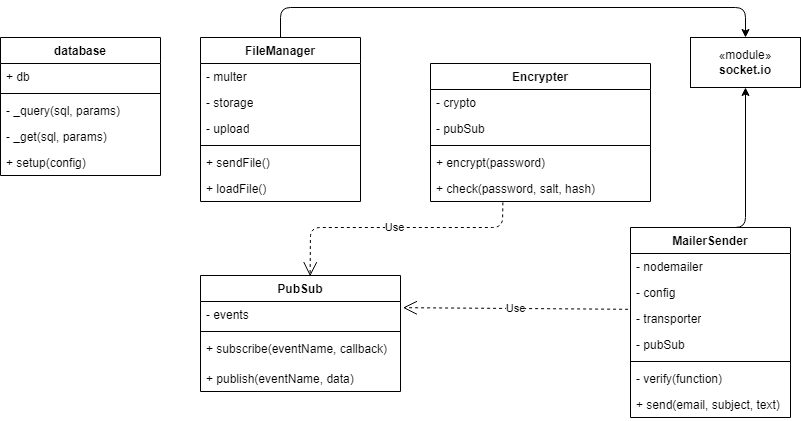
This is assets/schemas/diagrams/SchemaOggettiServer.drawio.png from AngeloRipamonti/5C_RipamontiAvvedutoKotisCinquetti_PortaleAppunti, a draw.io export, as it was before one commit. Source tidied: cells renumbered, new cells last; positions are measured from the earlier drawing's top-left corner, leaving out a move shared by most shapes. Its diagram source:
```xml
<mxGraphModel>
  <root>
    <mxCell id="0" />
    <mxCell id="1" parent="0" />
    <mxCell id="2" value="database" style="swimlane;fontStyle=1;align=center;verticalAlign=top;horizontal=1;startSize=26;whiteSpace=wrap;html=1;" parent="1" vertex="1">
      <mxGeometry y="30" width="160" height="138" as="geometry" />
    </mxCell>
    <mxCell id="3" value="+ db" style="text;strokeColor=none;fillColor=none;align=left;verticalAlign=top;spacingLeft=4;spacingRight=4;overflow=hidden;whiteSpace=wrap;html=1;" parent="2" vertex="1">
      <mxGeometry y="26" width="160" height="26" as="geometry" />
    </mxCell>
    <mxCell id="4" style="line;strokeWidth=1;fillColor=none;align=left;verticalAlign=middle;spacingTop=-1;spacingLeft=3;spacingRight=3;labelPosition=right;strokeColor=inherit;" parent="2" vertex="1">
      <mxGeometry y="52" width="160" height="8" as="geometry" />
    </mxCell>
    <mxCell id="5" value="- _query(sql, params)" style="text;strokeColor=none;fillColor=none;align=left;verticalAlign=top;spacingLeft=4;spacingRight=4;overflow=hidden;whiteSpace=wrap;html=1;" parent="2" vertex="1">
      <mxGeometry y="60" width="160" height="26" as="geometry" />
    </mxCell>
    <mxCell id="6" value="- _get(sql, params)" style="text;strokeColor=none;fillColor=none;align=left;verticalAlign=top;spacingLeft=4;spacingRight=4;overflow=hidden;whiteSpace=wrap;html=1;" parent="2" vertex="1">
      <mxGeometry y="86" width="160" height="26" as="geometry" />
    </mxCell>
    <mxCell id="7" value="+ setup(config)" style="text;strokeColor=none;fillColor=none;align=left;verticalAlign=top;spacingLeft=4;spacingRight=4;overflow=hidden;whiteSpace=wrap;html=1;" parent="2" vertex="1">
      <mxGeometry y="112" width="160" height="26" as="geometry" />
    </mxCell>
    <mxCell id="8" style="edgeStyle=none;html=1;exitX=0.5;exitY=0;exitDx=0;exitDy=0;entryX=0.5;entryY=0;entryDx=0;entryDy=0;" parent="1" edge="1" source="9" target="16">
      <mxGeometry relative="1" as="geometry">
        <Array as="points">
          <mxPoint x="280" />
          <mxPoint x="745" />
        </Array>
      </mxGeometry>
    </mxCell>
    <mxCell id="9" value="FileManager" style="swimlane;fontStyle=1;align=center;verticalAlign=top;horizontal=1;startSize=26;whiteSpace=wrap;html=1;" parent="1" vertex="1">
      <mxGeometry x="200" y="30" width="160" height="164" as="geometry" />
    </mxCell>
    <mxCell id="10" value="- multer" style="text;strokeColor=none;fillColor=none;align=left;verticalAlign=top;spacingLeft=4;spacingRight=4;overflow=hidden;whiteSpace=wrap;html=1;" parent="9" vertex="1">
      <mxGeometry y="26" width="160" height="26" as="geometry" />
    </mxCell>
    <mxCell id="11" value="- storage" style="text;strokeColor=none;fillColor=none;align=left;verticalAlign=top;spacingLeft=4;spacingRight=4;overflow=hidden;whiteSpace=wrap;html=1;" parent="9" vertex="1">
      <mxGeometry y="52" width="160" height="26" as="geometry" />
    </mxCell>
    <mxCell id="12" value="- upload" style="text;strokeColor=none;fillColor=none;align=left;verticalAlign=top;spacingLeft=4;spacingRight=4;overflow=hidden;whiteSpace=wrap;html=1;" parent="9" vertex="1">
      <mxGeometry y="78" width="160" height="26" as="geometry" />
    </mxCell>
    <mxCell id="13" style="line;strokeWidth=1;fillColor=none;align=left;verticalAlign=middle;spacingTop=-1;spacingLeft=3;spacingRight=3;labelPosition=right;strokeColor=inherit;" parent="9" vertex="1">
      <mxGeometry y="104" width="160" height="8" as="geometry" />
    </mxCell>
    <mxCell id="14" value="+ sendFile()" style="text;strokeColor=none;fillColor=none;align=left;verticalAlign=top;spacingLeft=4;spacingRight=4;overflow=hidden;whiteSpace=wrap;html=1;" parent="9" vertex="1">
      <mxGeometry y="112" width="160" height="26" as="geometry" />
    </mxCell>
    <mxCell id="15" value="+ loadFile()" style="text;strokeColor=none;fillColor=none;align=left;verticalAlign=top;spacingLeft=4;spacingRight=4;overflow=hidden;whiteSpace=wrap;html=1;" parent="9" vertex="1">
      <mxGeometry y="138" width="160" height="26" as="geometry" />
    </mxCell>
    <mxCell id="16" value="«module»&lt;br&gt;&lt;b&gt;socket.io&lt;/b&gt;" style="html=1;whiteSpace=wrap;" parent="1" vertex="1">
      <mxGeometry x="690" y="30" width="110" height="50" as="geometry" />
    </mxCell>
    <mxCell id="17" value="Encrypter" style="swimlane;fontStyle=1;align=center;verticalAlign=top;horizontal=1;startSize=26;whiteSpace=wrap;html=1;" parent="1" vertex="1">
      <mxGeometry x="430" y="56" width="220" height="138" as="geometry" />
    </mxCell>
    <mxCell id="18" value="- crypto" style="text;strokeColor=none;fillColor=none;align=left;verticalAlign=top;spacingLeft=4;spacingRight=4;overflow=hidden;whiteSpace=wrap;html=1;" parent="17" vertex="1">
      <mxGeometry y="26" width="220" height="26" as="geometry" />
    </mxCell>
    <mxCell id="19" value="- pubSub" style="text;strokeColor=none;fillColor=none;align=left;verticalAlign=top;spacingLeft=4;spacingRight=4;overflow=hidden;whiteSpace=wrap;html=1;" parent="17" vertex="1">
      <mxGeometry y="52" width="220" height="26" as="geometry" />
    </mxCell>
    <mxCell id="20" style="line;strokeWidth=1;fillColor=none;align=left;verticalAlign=middle;spacingTop=-1;spacingLeft=3;spacingRight=3;labelPosition=right;strokeColor=inherit;" parent="17" vertex="1">
      <mxGeometry y="78" width="220" height="8" as="geometry" />
    </mxCell>
    <mxCell id="21" value="+ encrypt(password)" style="text;strokeColor=none;fillColor=none;align=left;verticalAlign=top;spacingLeft=4;spacingRight=4;overflow=hidden;whiteSpace=wrap;html=1;" parent="17" vertex="1">
      <mxGeometry y="86" width="220" height="26" as="geometry" />
    </mxCell>
    <mxCell id="22" value="+ check(password, salt, hash)" style="text;strokeColor=none;fillColor=none;align=left;verticalAlign=top;spacingLeft=4;spacingRight=4;overflow=hidden;points=[[0,0.5],[1,0.5]];portConstraint=eastwest;whiteSpace=wrap;html=1;" parent="17" vertex="1">
      <mxGeometry y="112" width="220" height="26" as="geometry" />
    </mxCell>
    <mxCell id="23" style="edgeStyle=none;html=1;exitX=0.5;exitY=0;exitDx=0;exitDy=0;entryX=0.5;entryY=1;entryDx=0;entryDy=0;" parent="1" edge="1" source="24" target="16">
      <mxGeometry relative="1" as="geometry">
        <Array as="points">
          <mxPoint x="745" y="220" />
        </Array>
      </mxGeometry>
    </mxCell>
    <mxCell id="24" value="MailerSender" style="swimlane;fontStyle=1;align=center;verticalAlign=top;horizontal=1;startSize=26;whiteSpace=wrap;html=1;" parent="1" vertex="1">
      <mxGeometry x="630" y="220" width="160" height="190" as="geometry" />
    </mxCell>
    <mxCell id="25" value="- nodemailer" style="text;strokeColor=none;fillColor=none;align=left;verticalAlign=top;spacingLeft=4;spacingRight=4;overflow=hidden;whiteSpace=wrap;html=1;" parent="24" vertex="1">
      <mxGeometry y="26" width="160" height="26" as="geometry" />
    </mxCell>
    <mxCell id="26" value="- config" style="text;strokeColor=none;fillColor=none;align=left;verticalAlign=top;spacingLeft=4;spacingRight=4;overflow=hidden;points=[[0,0.5],[1,0.5]];portConstraint=eastwest;whiteSpace=wrap;html=1;" parent="24" vertex="1">
      <mxGeometry y="52" width="160" height="26" as="geometry" />
    </mxCell>
    <mxCell id="27" value="- transporter" style="text;strokeColor=none;fillColor=none;align=left;verticalAlign=top;spacingLeft=4;spacingRight=4;overflow=hidden;whiteSpace=wrap;html=1;" parent="24" vertex="1">
      <mxGeometry y="78" width="160" height="26" as="geometry" />
    </mxCell>
    <mxCell id="28" value="- pubSub" style="text;strokeColor=none;fillColor=none;align=left;verticalAlign=top;spacingLeft=4;spacingRight=4;overflow=hidden;whiteSpace=wrap;html=1;" parent="24" vertex="1">
      <mxGeometry y="104" width="160" height="26" as="geometry" />
    </mxCell>
    <mxCell id="29" style="line;strokeWidth=1;fillColor=none;align=left;verticalAlign=middle;spacingTop=-1;spacingLeft=3;spacingRight=3;labelPosition=right;strokeColor=inherit;" parent="24" vertex="1">
      <mxGeometry y="130" width="160" height="8" as="geometry" />
    </mxCell>
    <mxCell id="30" value="- verify(function)" style="text;strokeColor=none;fillColor=none;align=left;verticalAlign=top;spacingLeft=4;spacingRight=4;overflow=hidden;whiteSpace=wrap;html=1;" parent="24" vertex="1">
      <mxGeometry y="138" width="160" height="26" as="geometry" />
    </mxCell>
    <mxCell id="31" value="+ send(email, subject, text)" style="text;strokeColor=none;fillColor=none;align=left;verticalAlign=top;spacingLeft=4;spacingRight=4;overflow=hidden;whiteSpace=wrap;html=1;" parent="24" vertex="1">
      <mxGeometry y="164" width="160" height="26" as="geometry" />
    </mxCell>
    <mxCell id="32" value="PubSub" style="swimlane;fontStyle=1;align=center;verticalAlign=top;horizontal=1;startSize=26;whiteSpace=wrap;html=1;" parent="1" vertex="1">
      <mxGeometry x="200" y="268" width="200" height="116" as="geometry" />
    </mxCell>
    <mxCell id="33" value="- events" style="text;strokeColor=none;fillColor=none;align=left;verticalAlign=top;spacingLeft=4;spacingRight=4;overflow=hidden;points=[[0,0.5],[1,0.5]];portConstraint=eastwest;whiteSpace=wrap;html=1;" parent="32" vertex="1">
      <mxGeometry y="26" width="200" height="26" as="geometry" />
    </mxCell>
    <mxCell id="34" style="line;strokeWidth=1;fillColor=none;align=left;verticalAlign=middle;spacingTop=-1;spacingLeft=3;spacingRight=3;labelPosition=right;strokeColor=inherit;" parent="32" vertex="1">
      <mxGeometry y="52" width="200" height="8" as="geometry" />
    </mxCell>
    <mxCell id="35" value="&lt;span style=&quot;color: rgb(0, 0, 0);&quot;&gt;+ subscribe(eventName, callback)&lt;/span&gt;" style="text;strokeColor=none;fillColor=none;align=left;verticalAlign=top;spacingLeft=4;spacingRight=4;overflow=hidden;whiteSpace=wrap;html=1;" parent="32" vertex="1">
      <mxGeometry y="60" width="200" height="30" as="geometry" />
    </mxCell>
    <mxCell id="36" value="&lt;span style=&quot;color: rgb(0, 0, 0);&quot;&gt;+ publish(eventName, data)&lt;/span&gt;" style="text;strokeColor=none;fillColor=none;align=left;verticalAlign=top;spacingLeft=4;spacingRight=4;overflow=hidden;whiteSpace=wrap;html=1;" parent="32" vertex="1">
      <mxGeometry y="90" width="200" height="26" as="geometry" />
    </mxCell>
    <mxCell id="37" value="Use" style="endArrow=open;endSize=12;dashed=1;html=1;exitX=0.329;exitY=1.033;exitDx=0;exitDy=0;exitPerimeter=0;entryX=0.548;entryY=0.006;entryDx=0;entryDy=0;entryPerimeter=0;" parent="1" edge="1" source="22" target="32">
      <mxGeometry relative="1" as="geometry">
        <Array as="points">
          <mxPoint x="502" y="220" />
          <mxPoint x="310" y="220" />
        </Array>
      </mxGeometry>
    </mxCell>
    <mxCell id="38" value="Use" style="endArrow=open;endSize=12;dashed=1;html=1;entryX=1.012;entryY=0.238;entryDx=0;entryDy=0;entryPerimeter=0;exitX=-0.015;exitY=1.146;exitDx=0;exitDy=0;exitPerimeter=0;" parent="1" edge="1" source="26" target="33">
      <mxGeometry relative="1" as="geometry" />
    </mxCell>
  </root>
</mxGraphModel>
```
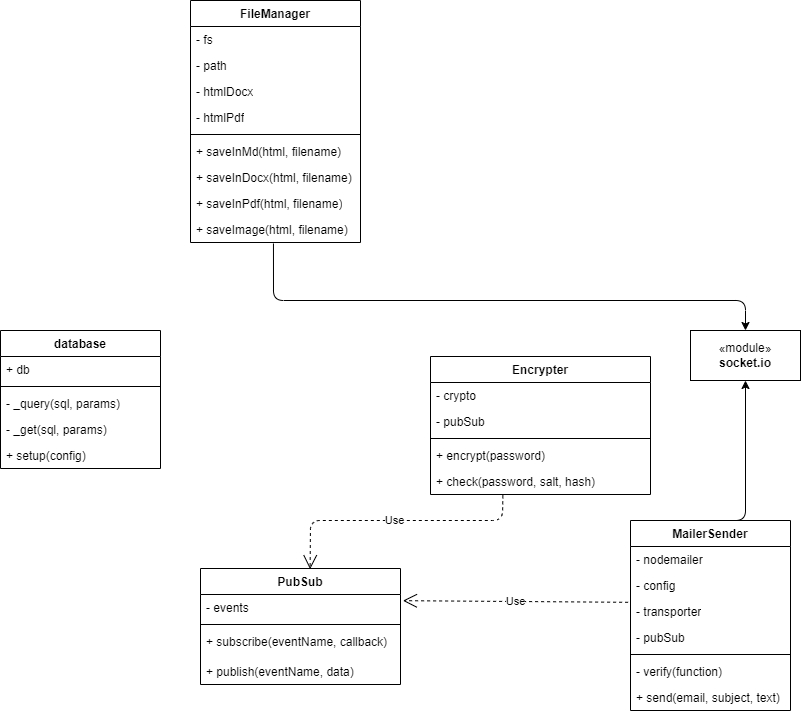
Above is the later version.

Change to the diagram source:
```diff
@@ -20,35 +20,44 @@
     <mxCell id="7" value="+ setup(config)" style="text;strokeColor=none;fillColor=none;align=left;verticalAlign=top;spacingLeft=4;spacingRight=4;overflow=hidden;whiteSpace=wrap;html=1;" parent="2" vertex="1">
       <mxGeometry y="112" width="160" height="26" as="geometry" />
     </mxCell>
-    <mxCell id="8" style="edgeStyle=none;html=1;exitX=0.5;exitY=0;exitDx=0;exitDy=0;entryX=0.5;entryY=0;entryDx=0;entryDy=0;" parent="1" edge="1" source="9" target="16">
+    <mxCell id="8" style="edgeStyle=none;html=1;exitX=0.488;exitY=1.038;exitDx=0;exitDy=0;entryX=0.5;entryY=0;entryDx=0;entryDy=0;exitPerimeter=0;" parent="1" edge="1" source="44" target="16">
       <mxGeometry relative="1" as="geometry">
         <Array as="points">
-          <mxPoint x="280" />
+          <mxPoint x="273" />
           <mxPoint x="745" />
         </Array>
       </mxGeometry>
     </mxCell>
     <mxCell id="9" value="FileManager" style="swimlane;fontStyle=1;align=center;verticalAlign=top;horizontal=1;startSize=26;whiteSpace=wrap;html=1;" parent="1" vertex="1">
-      <mxGeometry x="200" y="30" width="160" height="164" as="geometry" />
+      <mxGeometry x="190" y="-300" width="170" height="242" as="geometry" />
     </mxCell>
-    <mxCell id="10" value="- multer" style="text;strokeColor=none;fillColor=none;align=left;verticalAlign=top;spacingLeft=4;spacingRight=4;overflow=hidden;whiteSpace=wrap;html=1;" parent="9" vertex="1">
-      <mxGeometry y="26" width="160" height="26" as="geometry" />
+    <mxCell id="10" value="- fs" style="text;strokeColor=none;fillColor=none;align=left;verticalAlign=top;spacingLeft=4;spacingRight=4;overflow=hidden;whiteSpace=wrap;html=1;" parent="9" vertex="1">
+      <mxGeometry y="26" width="170" height="26" as="geometry" />
     </mxCell>
-    <mxCell id="11" value="- storage" style="text;strokeColor=none;fillColor=none;align=left;verticalAlign=top;spacingLeft=4;spacingRight=4;overflow=hidden;whiteSpace=wrap;html=1;" parent="9" vertex="1">
-      <mxGeometry y="52" width="160" height="26" as="geometry" />
-    </mxCell>
-    <mxCell id="12" value="- upload" style="text;strokeColor=none;fillColor=none;align=left;verticalAlign=top;spacingLeft=4;spacingRight=4;overflow=hidden;whiteSpace=wrap;html=1;" parent="9" vertex="1">
-      <mxGeometry y="78" width="160" height="26" as="geometry" />
-    </mxCell>
+    <mxCell id="39" value="- path" style="text;strokeColor=none;fillColor=none;align=left;verticalAlign=top;spacingLeft=4;spacingRight=4;overflow=hidden;whiteSpace=wrap;html=1;" parent="9" vertex="1">
+      <mxGeometry y="52" width="170" height="26" as="geometry" />
+    </mxCell>
+    <mxCell id="40" value="- htmlDocx" style="text;strokeColor=none;fillColor=none;align=left;verticalAlign=top;spacingLeft=4;spacingRight=4;overflow=hidden;whiteSpace=wrap;html=1;" parent="9" vertex="1">
+      <mxGeometry y="78" width="170" height="26" as="geometry" />
+    </mxCell>
+    <mxCell id="41" value="- htmlPdf" style="text;strokeColor=none;fillColor=none;align=left;verticalAlign=top;spacingLeft=4;spacingRight=4;overflow=hidden;whiteSpace=wrap;html=1;" parent="9" vertex="1">
+      <mxGeometry y="104" width="170" height="26" as="geometry" />
+    </mxCell>
     <mxCell id="13" style="line;strokeWidth=1;fillColor=none;align=left;verticalAlign=middle;spacingTop=-1;spacingLeft=3;spacingRight=3;labelPosition=right;strokeColor=inherit;" parent="9" vertex="1">
-      <mxGeometry y="104" width="160" height="8" as="geometry" />
+      <mxGeometry y="130" width="170" height="8" as="geometry" />
     </mxCell>
-    <mxCell id="14" value="+ sendFile()" style="text;strokeColor=none;fillColor=none;align=left;verticalAlign=top;spacingLeft=4;spacingRight=4;overflow=hidden;whiteSpace=wrap;html=1;" parent="9" vertex="1">
-      <mxGeometry y="112" width="160" height="26" as="geometry" />
-    </mxCell>
-    <mxCell id="15" value="+ loadFile()" style="text;strokeColor=none;fillColor=none;align=left;verticalAlign=top;spacingLeft=4;spacingRight=4;overflow=hidden;whiteSpace=wrap;html=1;" parent="9" vertex="1">
-      <mxGeometry y="138" width="160" height="26" as="geometry" />
+    <mxCell id="15" value="+ saveInMd(html, filename)" style="text;strokeColor=none;fillColor=none;align=left;verticalAlign=top;spacingLeft=4;spacingRight=4;overflow=hidden;whiteSpace=wrap;html=1;" parent="9" vertex="1">
+      <mxGeometry y="138" width="170" height="26" as="geometry" />
     </mxCell>
+    <mxCell id="42" value="&lt;span style=&quot;color: rgb(0, 0, 0);&quot;&gt;+ saveInDocx(html, filename)&lt;/span&gt;" style="text;strokeColor=none;fillColor=none;align=left;verticalAlign=top;spacingLeft=4;spacingRight=4;overflow=hidden;whiteSpace=wrap;html=1;" parent="9" vertex="1">
+      <mxGeometry y="164" width="170" height="26" as="geometry" />
+    </mxCell>
+    <mxCell id="43" value="&lt;span style=&quot;color: rgb(0, 0, 0);&quot;&gt;+ saveInPdf(html, filename)&lt;/span&gt;" style="text;strokeColor=none;fillColor=none;align=left;verticalAlign=top;spacingLeft=4;spacingRight=4;overflow=hidden;whiteSpace=wrap;html=1;" parent="9" vertex="1">
+      <mxGeometry y="190" width="170" height="26" as="geometry" />
+    </mxCell>
+    <mxCell id="44" value="&lt;span style=&quot;color: rgb(0, 0, 0);&quot;&gt;+ saveImage(html, filename)&lt;/span&gt;" style="text;strokeColor=none;fillColor=none;align=left;verticalAlign=top;spacingLeft=4;spacingRight=4;overflow=hidden;points=[[0,0.5],[1,0.5]];portConstraint=eastwest;whiteSpace=wrap;html=1;" parent="9" vertex="1">
+      <mxGeometry y="216" width="170" height="26" as="geometry" />
+    </mxCell>
     <mxCell id="16" value="«module»&lt;br&gt;&lt;b&gt;socket.io&lt;/b&gt;" style="html=1;whiteSpace=wrap;" parent="1" vertex="1">
       <mxGeometry x="690" y="30" width="110" height="50" as="geometry" />
     </mxCell>
```
